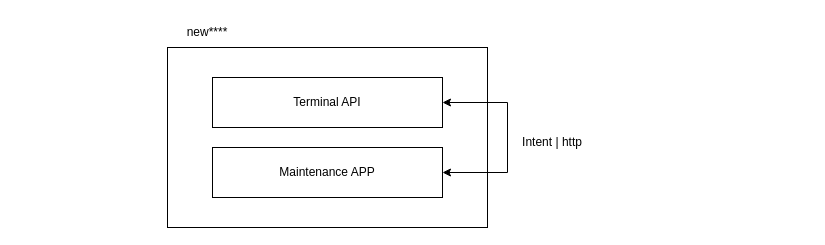
This is page "structure-1" (1 of 2) of terminal-api/obj/page.drawio from kyoshizawa/kywiki, a draw.io file, before an edit. Source tidied: cells renumbered, new cells numbered last; positions are measured from the earlier drawing's top-left corner, leaving out a move shared by most shapes. Both pictures are drawn from the tidied source at 100%, with x=0, y=0 at pixel (157, 17).
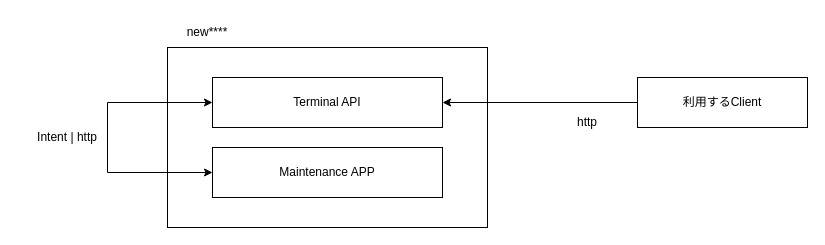
Above is the later version.

Diff of the diagram source:
```diff
@@
 <mxGraphModel>
   <root>
     <mxCell id="0" />
     <mxCell id="1" parent="0" />
     <mxCell id="2" style="rounded=0;whiteSpace=wrap;html=1;" parent="1" vertex="1">
       <mxGeometry x="10" y="30" width="320" height="180" as="geometry" />
     </mxCell>
     <mxCell id="3" value="new****" style="text;html=1;strokeColor=none;fillColor=none;align=center;verticalAlign=middle;whiteSpace=wrap;rounded=0;" parent="1" vertex="1">
       <mxGeometry width="100" height="30" as="geometry" />
     </mxCell>
     <mxCell id="4" value="Terminal API" style="rounded=0;whiteSpace=wrap;html=1;" parent="1" vertex="1">
       <mxGeometry x="55" y="60" width="230" height="50" as="geometry" />
     </mxCell>
     <mxCell id="5" value="Maintenance APP" style="rounded=0;whiteSpace=wrap;html=1;" parent="1" vertex="1">
       <mxGeometry x="55" y="130" width="230" height="50" as="geometry" />
     </mxCell>
-    <mxCell id="6" style="endArrow=classic;startArrow=classic;html=1;rounded=0;exitX=1;exitY=0.5;exitDx=0;exitDy=0;entryX=1;entryY=0.5;entryDx=0;entryDy=0;" parent="1" edge="1" source="4" target="5">
+    <mxCell id="6" style="endArrow=classic;startArrow=classic;html=1;rounded=0;entryX=0;entryY=0.5;entryDx=0;entryDy=0;" parent="1" edge="1" source="4" target="5">
       <mxGeometry relative="1" as="geometry">
         <Array as="points">
-          <mxPoint x="350" y="85" />
-          <mxPoint x="350" y="155" />
+          <mxPoint x="-50" y="85" />
+          <mxPoint x="-50" y="155" />
         </Array>
       </mxGeometry>
     </mxCell>
     <mxCell id="7" value="Intent | http" style="text;html=1;strokeColor=none;fillColor=none;align=center;verticalAlign=middle;whiteSpace=wrap;rounded=0;" parent="1" vertex="1">
-      <mxGeometry x="345" y="110" width="100" height="30" as="geometry" />
+      <mxGeometry x="-140" y="105" width="100" height="30" as="geometry" />
     </mxCell>
+    <mxCell id="8" style="endArrow=classic;html=1;rounded=0;entryX=1;entryY=0.5;entryDx=0;entryDy=0;exitX=0;exitY=0.5;exitDx=0;exitDy=0;" parent="1" edge="1" source="9" target="4">
+      <mxGeometry relative="1" as="geometry" />
+    </mxCell>
+    <mxCell id="9" value="利用するClient" style="rounded=0;whiteSpace=wrap;html=1;" parent="1" vertex="1">
+      <mxGeometry x="480" y="60" width="170" height="50" as="geometry" />
+    </mxCell>
+    <mxCell id="10" value="http" style="text;html=1;strokeColor=none;fillColor=none;align=center;verticalAlign=middle;whiteSpace=wrap;rounded=0;" parent="1" vertex="1">
+      <mxGeometry x="380" y="90" width="100" height="30" as="geometry" />
+    </mxCell>
   </root>
 </mxGraphModel>
```
